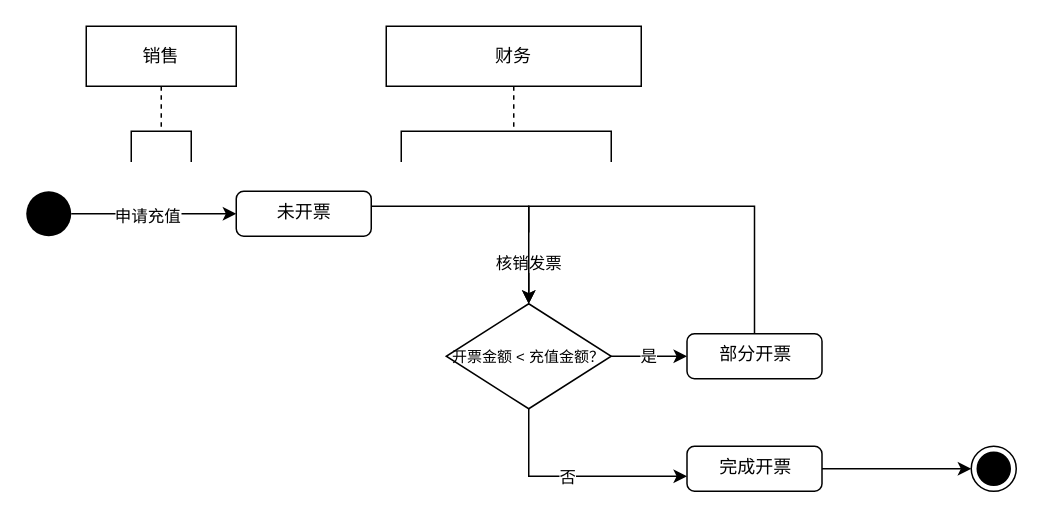
Before: page "开票状态图" (4 of 7) of shrine-doc/云资源业务流程.drawio in easefulfil/CLOUDCARE, a draw.io diagram. Source tidied: cells renumbered, new cells numbered last; positions are measured from the earlier drawing's top-left corner, leaving out a move shared by most shapes. Both pictures are drawn from the tidied source at 150%, with x=0, y=0 at pixel (26, 26).
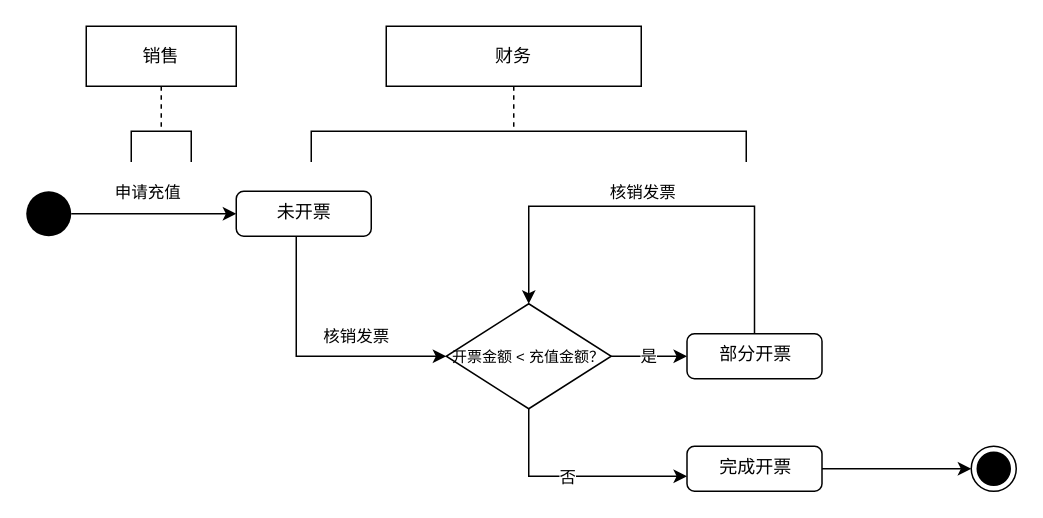
The same diagram, later.

Unchanged cells that the change refers to:
```xml
<mxCell id="2" style="edgeStyle=orthogonalEdgeStyle;rounded=0;jettySize=auto;html=1;" parent="1" edge="1" source="4" target="6">
  <mxGeometry relative="1" as="geometry" />
</mxCell>
<mxCell id="6" value="未开票" style="html=1;align=center;verticalAlign=top;rounded=1;absoluteArcSize=1;arcSize=10;dashed=0;" parent="1" vertex="1">
  <mxGeometry x="140" y="110" width="90" height="30" as="geometry" />
</mxCell>
<mxCell id="9" style="edgeStyle=orthogonalEdgeStyle;rounded=0;jettySize=auto;html=1;entryX=0.5;entryY=0;entryDx=0;entryDy=0;fontSize=10;exitX=0.5;exitY=0;exitDx=0;exitDy=0;" parent="1" edge="1" source="10" target="14">
  <mxGeometry relative="1" as="geometry">
    <Array as="points">
      <mxPoint x="486" y="120" />
      <mxPoint x="335" y="120" />
    </Array>
  </mxGeometry>
</mxCell>
<mxCell id="14" value="开票金额 &lt; 充值金额？" style="rhombus;fontSize=10;" parent="1" vertex="1">
  <mxGeometry x="280" y="185" width="110" height="70" as="geometry" />
</mxCell>
```

Diff of the diagram source:
```diff
@@
     <mxCell id="3" value="申请充值" style="edgeLabel;html=1;align=center;verticalAlign=middle;" parent="2" vertex="1">
-      <mxGeometry x="-0.09" y="-1" relative="1" as="geometry" />
+      <mxGeometry x="-0.09" y="-1" relative="1" as="geometry">
+        <mxPoint y="-16" as="offset" />
+      </mxGeometry>
     </mxCell>
@@
-    <mxCell id="5" value="&lt;br&gt;核销发票" style="edgeStyle=orthogonalEdgeStyle;rounded=0;jettySize=auto;html=1;entryX=0.5;entryY=0;entryDx=0;entryDy=0;" parent="1" edge="1" source="6" target="14">
-      <mxGeometry x="0.6" relative="1" as="geometry">
+    <mxCell id="5" value="&lt;br&gt;核销发票" style="edgeStyle=orthogonalEdgeStyle;rounded=0;jettySize=auto;html=1;entryX=0;entryY=0.5;entryDx=0;entryDy=0;" parent="1" edge="1" source="6" target="14">
+      <mxGeometry x="0.33" y="20" relative="1" as="geometry">
         <Array as="points">
-          <mxPoint x="335" y="120" />
+          <mxPoint x="180" y="220" />
         </Array>
       </mxGeometry>
     </mxCell>
@@
+    <mxCell id="20" value="核销发票" style="edgeLabel;html=1;align=center;verticalAlign=middle;" parent="9" vertex="1">
+      <mxGeometry x="0.15" y="-3" relative="1" as="geometry">
+        <mxPoint x="13" y="-7" as="offset" />
+      </mxGeometry>
+    </mxCell>
@@
     <mxCell id="19" style="shape=partialRectangle;whiteSpace=wrap;html=1;bottom=0;fillColor=none;point=[];" parent="1" vertex="1">
-      <mxGeometry x="250" y="70" width="140" height="20" as="geometry" />
+      <mxGeometry x="190" y="70" width="290" height="20" as="geometry" />
     </mxCell>
```
